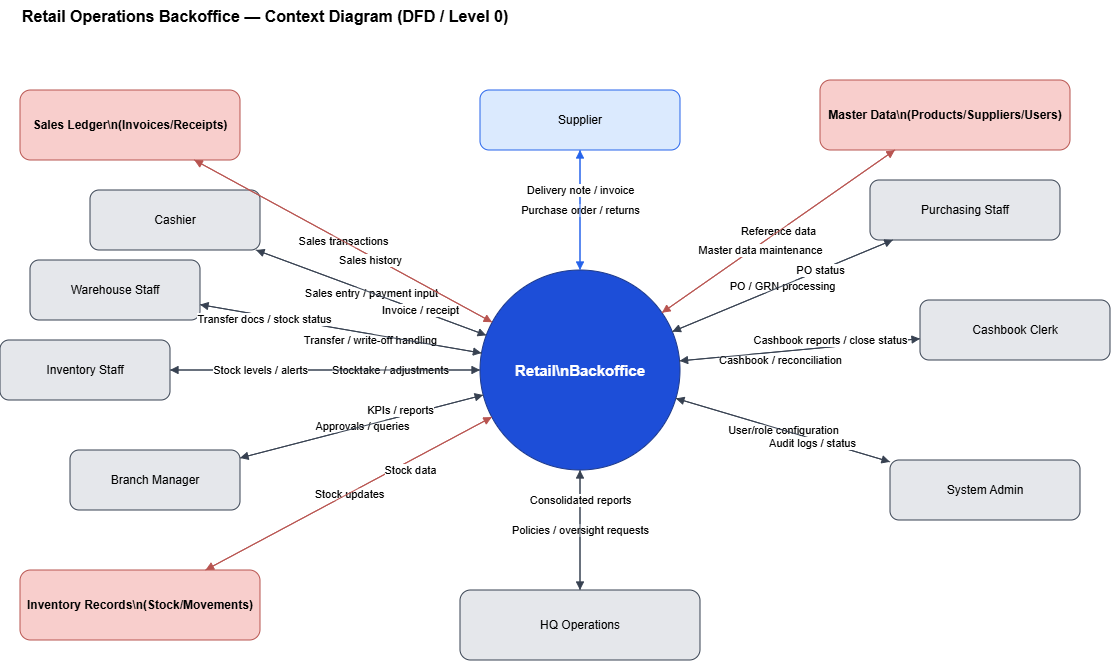
HaiSGU/foodora-ba-portfolio keeps this draw.io diagram as projects/Retail_System/assets/diagrams/Retail_System_Context.drawio.png. Above is the earlier version. Source tidied: cells renumbered, new cells last; positions are measured from the earlier drawing's top-left corner, leaving out a move shared by most shapes. Its diagram source:
```xml
<mxGraphModel>
  <root>
    <mxCell id="0" />
    <mxCell id="1" parent="0" />
    <mxCell id="2" value="Retail Operations Backoffice — Context Diagram (DFD / Level 0)" style="text;html=1;strokeColor=none;fillColor=none;fontSize=16;fontStyle=1;" parent="1" vertex="1">
      <mxGeometry x="20" width="980" height="30" as="geometry" />
    </mxCell>
    <mxCell id="3" value="Retail\nBackoffice" style="ellipse;whiteSpace=wrap;html=1;fillColor=#1d4ed8;strokeColor=#1e3a8a;fontColor=#ffffff;fontSize=15;fontStyle=1;" parent="1" vertex="1">
      <mxGeometry x="480" y="270" width="200" height="200" as="geometry" />
    </mxCell>
    <mxCell id="4" value="Cashier" style="rounded=1;whiteSpace=wrap;html=1;fillColor=#e5e7eb;strokeColor=#374151;" parent="1" vertex="1">
      <mxGeometry x="90" y="190" width="170" height="60" as="geometry" />
    </mxCell>
    <mxCell id="5" value="Warehouse Staff" style="rounded=1;whiteSpace=wrap;html=1;fillColor=#e5e7eb;strokeColor=#374151;" parent="1" vertex="1">
      <mxGeometry x="30" y="260" width="170" height="60" as="geometry" />
    </mxCell>
    <mxCell id="6" value="Inventory Staff" style="rounded=1;whiteSpace=wrap;html=1;fillColor=#e5e7eb;strokeColor=#374151;" parent="1" vertex="1">
      <mxGeometry y="340" width="170" height="60" as="geometry" />
    </mxCell>
    <mxCell id="7" value="Branch Manager" style="rounded=1;whiteSpace=wrap;html=1;fillColor=#e5e7eb;strokeColor=#374151;" parent="1" vertex="1">
      <mxGeometry x="70" y="450" width="170" height="60" as="geometry" />
    </mxCell>
    <mxCell id="8" value="Purchasing Staff" style="rounded=1;whiteSpace=wrap;html=1;fillColor=#e5e7eb;strokeColor=#374151;" parent="1" vertex="1">
      <mxGeometry x="870" y="180" width="190" height="60" as="geometry" />
    </mxCell>
    <mxCell id="9" value="Cashbook Clerk" style="rounded=1;whiteSpace=wrap;html=1;fillColor=#e5e7eb;strokeColor=#374151;" parent="1" vertex="1">
      <mxGeometry x="920" y="300" width="190" height="60" as="geometry" />
    </mxCell>
    <mxCell id="10" value="System Admin" style="rounded=1;whiteSpace=wrap;html=1;fillColor=#e5e7eb;strokeColor=#374151;" parent="1" vertex="1">
      <mxGeometry x="890" y="460" width="190" height="60" as="geometry" />
    </mxCell>
    <mxCell id="11" value="Supplier" style="rounded=1;whiteSpace=wrap;html=1;fillColor=#dbeafe;strokeColor=#2563eb;" parent="1" vertex="1">
      <mxGeometry x="480" y="90" width="200" height="60" as="geometry" />
    </mxCell>
    <mxCell id="12" value="HQ Operations" style="rounded=1;whiteSpace=wrap;html=1;fillColor=#e5e7eb;strokeColor=#374151;" parent="1" vertex="1">
      <mxGeometry x="460" y="590" width="240" height="70" as="geometry" />
    </mxCell>
    <mxCell id="13" value="Sales Ledger\n(Invoices/Receipts)" style="rounded=1;whiteSpace=wrap;html=1;fillColor=#f8cecc;strokeColor=#b85450;fontStyle=1;" parent="1" vertex="1">
      <mxGeometry x="20" y="90" width="220" height="70" as="geometry" />
    </mxCell>
    <mxCell id="14" value="Inventory Records\n(Stock/Movements)" style="rounded=1;whiteSpace=wrap;html=1;fillColor=#f8cecc;strokeColor=#b85450;fontStyle=1;" parent="1" vertex="1">
      <mxGeometry x="20" y="570" width="240" height="70" as="geometry" />
    </mxCell>
    <mxCell id="15" value="Master Data\n(Products/Suppliers/Users)" style="rounded=1;whiteSpace=wrap;html=1;fillColor=#f8cecc;strokeColor=#b85450;fontStyle=1;" parent="1" vertex="1">
      <mxGeometry x="820" y="80" width="250" height="70" as="geometry" />
    </mxCell>
    <mxCell id="16" value="Sales entry / payment input" style="curved=1;endArrow=block;endFill=1;html=1;strokeColor=#374151;" parent="1" edge="1" source="4" target="3">
      <mxGeometry relative="1" as="geometry" />
    </mxCell>
    <mxCell id="17" value="Invoice / receipt" style="curved=1;endArrow=block;endFill=1;html=1;strokeColor=#374151;" parent="1" edge="1" source="3" target="4">
      <mxGeometry x="-0.42" y="-1" relative="1" as="geometry" />
    </mxCell>
    <mxCell id="18" value="Transfer / write-off handling" style="curved=1;endArrow=block;endFill=1;html=1;strokeColor=#374151;" parent="1" edge="1" source="5" target="3">
      <mxGeometry x="0.22" y="-6" relative="1" as="geometry" />
    </mxCell>
    <mxCell id="19" value="Transfer docs / stock status" style="curved=1;endArrow=block;endFill=1;html=1;strokeColor=#374151;" parent="1" edge="1" source="3" target="5">
      <mxGeometry x="0.54" y="3" relative="1" as="geometry" />
    </mxCell>
    <mxCell id="20" value="Stocktake / adjustments" style="curved=1;endArrow=block;endFill=1;html=1;strokeColor=#374151;" parent="1" edge="1" source="6" target="3">
      <mxGeometry x="0.42" relative="1" as="geometry" />
    </mxCell>
    <mxCell id="21" value="Stock levels / alerts" style="curved=1;endArrow=block;endFill=1;html=1;strokeColor=#374151;" parent="1" edge="1" source="3" target="6">
      <mxGeometry x="0.42" relative="1" as="geometry" />
    </mxCell>
    <mxCell id="22" value="Approvals / queries" style="curved=1;endArrow=block;endFill=1;html=1;strokeColor=#374151;" parent="1" edge="1" source="7" target="3">
      <mxGeometry relative="1" as="geometry" />
    </mxCell>
    <mxCell id="23" value="KPIs / reports" style="curved=1;endArrow=block;endFill=1;html=1;strokeColor=#374151;" parent="1" edge="1" source="3" target="7">
      <mxGeometry x="-0.33" y="-6" relative="1" as="geometry" />
    </mxCell>
    <mxCell id="24" value="PO / GRN processing" style="curved=1;endArrow=block;endFill=1;html=1;strokeColor=#374151;" parent="1" edge="1" source="8" target="3">
      <mxGeometry relative="1" as="geometry" />
    </mxCell>
    <mxCell id="25" value="PO status" style="curved=1;endArrow=block;endFill=1;html=1;strokeColor=#374151;" parent="1" edge="1" source="3" target="8">
      <mxGeometry x="0.34" relative="1" as="geometry" />
    </mxCell>
    <mxCell id="26" value="Cashbook / reconciliation" style="curved=1;endArrow=block;endFill=1;html=1;strokeColor=#374151;" parent="1" edge="1" source="9" target="3">
      <mxGeometry x="0.17" y="8" relative="1" as="geometry" />
    </mxCell>
    <mxCell id="27" value="Cashbook reports / close status" style="curved=1;endArrow=block;endFill=1;html=1;strokeColor=#374151;" parent="1" edge="1" source="3" target="9">
      <mxGeometry x="0.26" y="7" relative="1" as="geometry" />
    </mxCell>
    <mxCell id="28" value="User/role configuration" style="curved=1;endArrow=block;endFill=1;html=1;strokeColor=#374151;" parent="1" edge="1" source="10" target="3">
      <mxGeometry relative="1" as="geometry" />
    </mxCell>
    <mxCell id="29" value="Audit logs / status" style="curved=1;endArrow=block;endFill=1;html=1;strokeColor=#374151;" parent="1" edge="1" source="3" target="10">
      <mxGeometry x="0.28" y="-4" relative="1" as="geometry" />
    </mxCell>
    <mxCell id="30" value="Purchase order / returns" style="curved=1;endArrow=block;endFill=1;html=1;strokeColor=#2563eb;" parent="1" edge="1" source="3" target="11">
      <mxGeometry relative="1" as="geometry" />
    </mxCell>
    <mxCell id="31" value="Delivery note / invoice" style="curved=1;endArrow=block;endFill=1;html=1;strokeColor=#2563eb;" parent="1" edge="1" source="11" target="3">
      <mxGeometry x="-0.33" relative="1" as="geometry" />
    </mxCell>
    <mxCell id="32" value="Policies / oversight requests" style="curved=1;endArrow=block;endFill=1;html=1;strokeColor=#374151;" parent="1" edge="1" source="12" target="3">
      <mxGeometry relative="1" as="geometry" />
    </mxCell>
    <mxCell id="33" value="Consolidated reports" style="curved=1;endArrow=block;endFill=1;html=1;strokeColor=#374151;" parent="1" edge="1" source="3" target="12">
      <mxGeometry x="-0.5" relative="1" as="geometry" />
    </mxCell>
    <mxCell id="34" value="Sales transactions" style="curved=1;endArrow=block;endFill=1;html=1;strokeColor=#b85450;" parent="1" edge="1" source="3" target="13">
      <mxGeometry relative="1" as="geometry" />
    </mxCell>
    <mxCell id="35" value="Sales history" style="curved=1;endArrow=block;endFill=1;html=1;strokeColor=#b85450;" parent="1" edge="1" source="13" target="3">
      <mxGeometry x="0.19" y="-4" relative="1" as="geometry" />
    </mxCell>
    <mxCell id="36" value="Stock updates" style="curved=1;endArrow=block;endFill=1;html=1;strokeColor=#b85450;" parent="1" edge="1" source="3" target="14">
      <mxGeometry relative="1" as="geometry" />
    </mxCell>
    <mxCell id="37" value="Stock data" style="curved=1;endArrow=block;endFill=1;html=1;strokeColor=#b85450;" parent="1" edge="1" source="14" target="3">
      <mxGeometry x="0.4" y="-8" relative="1" as="geometry" />
    </mxCell>
    <mxCell id="38" value="Reference data" style="curved=1;endArrow=block;endFill=1;html=1;strokeColor=#b85450;" parent="1" edge="1" source="15" target="3">
      <mxGeometry relative="1" as="geometry" />
    </mxCell>
    <mxCell id="39" value="Master data maintenance" style="curved=1;endArrow=block;endFill=1;html=1;strokeColor=#b85450;" parent="1" edge="1" source="3" target="15">
      <mxGeometry x="-0.18" y="-5" relative="1" as="geometry" />
    </mxCell>
  </root>
</mxGraphModel>
```
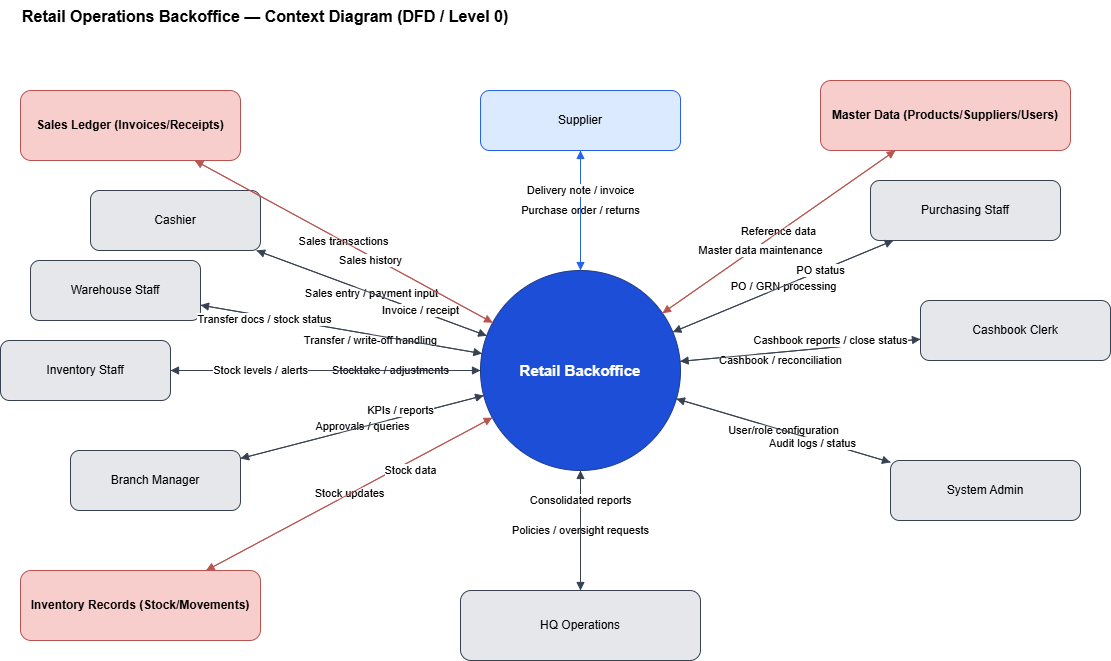
After the commit.

The edit, as a diff of the source:
```diff
@@ -5,7 +5,7 @@
     <mxCell id="2" value="Retail Operations Backoffice — Context Diagram (DFD / Level 0)" style="text;html=1;strokeColor=none;fillColor=none;fontSize=16;fontStyle=1;" parent="1" vertex="1">
       <mxGeometry x="20" width="980" height="30" as="geometry" />
     </mxCell>
-    <mxCell id="3" value="Retail\nBackoffice" style="ellipse;whiteSpace=wrap;html=1;fillColor=#1d4ed8;strokeColor=#1e3a8a;fontColor=#ffffff;fontSize=15;fontStyle=1;" parent="1" vertex="1">
+    <mxCell id="3" value="Retail Backoffice" style="ellipse;whiteSpace=wrap;html=1;fillColor=#1d4ed8;strokeColor=#1e3a8a;fontColor=#ffffff;fontSize=15;fontStyle=1;" parent="1" vertex="1">
       <mxGeometry x="480" y="270" width="200" height="200" as="geometry" />
     </mxCell>
     <mxCell id="4" value="Cashier" style="rounded=1;whiteSpace=wrap;html=1;fillColor=#e5e7eb;strokeColor=#374151;" parent="1" vertex="1">
@@ -35,13 +35,13 @@
     <mxCell id="12" value="HQ Operations" style="rounded=1;whiteSpace=wrap;html=1;fillColor=#e5e7eb;strokeColor=#374151;" parent="1" vertex="1">
       <mxGeometry x="460" y="590" width="240" height="70" as="geometry" />
     </mxCell>
-    <mxCell id="13" value="Sales Ledger\n(Invoices/Receipts)" style="rounded=1;whiteSpace=wrap;html=1;fillColor=#f8cecc;strokeColor=#b85450;fontStyle=1;" parent="1" vertex="1">
+    <mxCell id="13" value="Sales Ledger (Invoices/Receipts)" style="rounded=1;whiteSpace=wrap;html=1;fillColor=#f8cecc;strokeColor=#b85450;fontStyle=1;" parent="1" vertex="1">
       <mxGeometry x="20" y="90" width="220" height="70" as="geometry" />
     </mxCell>
-    <mxCell id="14" value="Inventory Records\n(Stock/Movements)" style="rounded=1;whiteSpace=wrap;html=1;fillColor=#f8cecc;strokeColor=#b85450;fontStyle=1;" parent="1" vertex="1">
+    <mxCell id="14" value="Inventory Records (Stock/Movements)" style="rounded=1;whiteSpace=wrap;html=1;fillColor=#f8cecc;strokeColor=#b85450;fontStyle=1;" parent="1" vertex="1">
       <mxGeometry x="20" y="570" width="240" height="70" as="geometry" />
     </mxCell>
-    <mxCell id="15" value="Master Data\n(Products/Suppliers/Users)" style="rounded=1;whiteSpace=wrap;html=1;fillColor=#f8cecc;strokeColor=#b85450;fontStyle=1;" parent="1" vertex="1">
+    <mxCell id="15" value="Master Data (Products/Suppliers/Users)" style="rounded=1;whiteSpace=wrap;html=1;fillColor=#f8cecc;strokeColor=#b85450;fontStyle=1;" parent="1" vertex="1">
       <mxGeometry x="820" y="80" width="250" height="70" as="geometry" />
     </mxCell>
     <mxCell id="16" value="Sales entry / payment input" style="curved=1;endArrow=block;endFill=1;html=1;strokeColor=#374151;" parent="1" edge="1" source="4" target="3">
```
